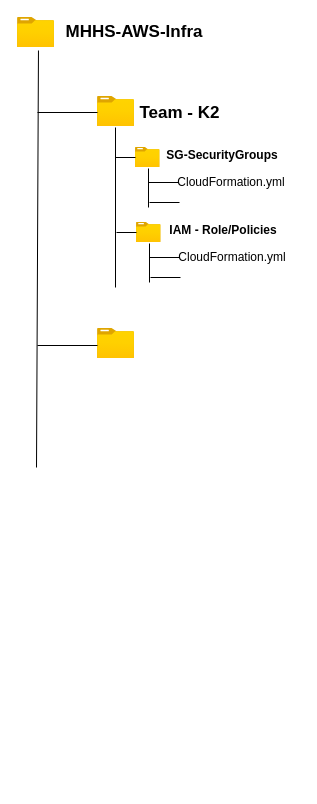
The draw.io diagram Untitled Diagram.drawio in DIGI-MARVEL-LTD/digimarvel, before the edit. Source tidied: cells renumbered, new cells numbered last; positions are measured from the earlier drawing's top-left corner, leaving out a move shared by most shapes. Both pictures are drawn from the tidied source at 100%, with x=0, y=0 at pixel (17, 17).
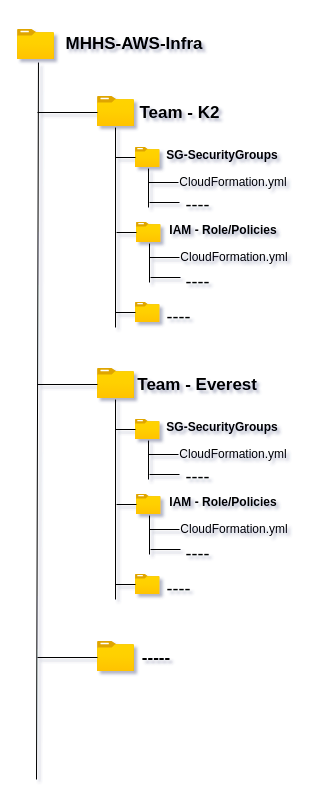
The same diagram, later.

Commit message:
AWS infra repo.drawio

Change to the diagram source:
```diff
@@
-<mxGraphModel>
+<mxGraphModel background="#ffffff" shadow="1">
@@
     <mxCell id="2" style="image;html=1;points=[];align=center;fontSize=12;image=img/lib/azure2/general/Folder_Blank.svg;" parent="1" vertex="1">
-      <mxGeometry width="37" height="30" as="geometry" />
+      <mxGeometry y="12" width="37" height="30" as="geometry" />
     </mxCell>
@@
-    <mxCell id="4" style="image;html=1;align=center;fontSize=12;image=img/lib/azure2/general/Folder_Blank.svg;" parent="1" vertex="1">
-      <mxGeometry x="80" y="311" width="37" height="30" as="geometry" />
-    </mxCell>
     <mxCell id="5" value="&lt;font style=&quot;font-size: 17px;&quot;&gt;MHHS-AWS-Infra&lt;/font&gt;" style="text;html=1;strokeColor=none;fillColor=none;align=center;verticalAlign=middle;whiteSpace=wrap;rounded=0;fontStyle=1;" parent="1" vertex="1">
-      <mxGeometry x="37" width="160" height="30" as="geometry" />
+      <mxGeometry x="37" y="12" width="160" height="30" as="geometry" />
     </mxCell>
@@
     <mxCell id="9" value="CloudFormation.yml" style="text;html=1;strokeColor=none;fillColor=none;align=center;verticalAlign=middle;whiteSpace=wrap;rounded=0;" parent="1" vertex="1">
-      <mxGeometry x="154" y="150" width="120" height="30" as="geometry" />
+      <mxGeometry x="156" y="150" width="120" height="30" as="geometry" />
     </mxCell>
     <mxCell id="10" style="endArrow=none;html=1;rounded=0;exitX=0.567;exitY=1.1;exitDx=0;exitDy=0;exitPerimeter=0;" parent="1" edge="1" source="2">
       <mxGeometry relative="1" as="geometry">
-        <mxPoint x="19" y="450" as="targetPoint" />
+        <mxPoint x="19" y="762" as="targetPoint" />
       </mxGeometry>
     </mxCell>
@@
-    <mxCell id="12" style="endArrow=none;html=1;rounded=0;" parent="1" edge="1">
-      <mxGeometry relative="1" as="geometry">
-        <mxPoint x="20" y="328" as="sourcePoint" />
-        <mxPoint x="80" y="328" as="targetPoint" />
-      </mxGeometry>
-    </mxCell>
     <mxCell id="13" style="endArrow=none;html=1;rounded=0;" parent="1" edge="1">
       <mxGeometry relative="1" as="geometry">
         <mxPoint x="98" y="110" as="sourcePoint" />
-        <mxPoint x="98" y="270" as="targetPoint" />
+        <mxPoint x="98" y="310" as="targetPoint" />
       </mxGeometry>
     </mxCell>
@@
     <mxCell id="20" value="CloudFormation.yml" style="text;html=1;strokeColor=none;fillColor=none;align=center;verticalAlign=middle;whiteSpace=wrap;rounded=0;" parent="1" vertex="1">
-      <mxGeometry x="155" y="225" width="120" height="30" as="geometry" />
+      <mxGeometry x="157" y="225" width="120" height="30" as="geometry" />
     </mxCell>
@@
+    <mxCell id="25" style="image;html=1;align=center;fontSize=12;image=img/lib/azure2/general/Folder_Blank.svg;" parent="1" vertex="1">
+      <mxGeometry x="118" y="285" width="24.6" height="20" as="geometry" />
+    </mxCell>
+    <mxCell id="26" style="endArrow=none;html=1;rounded=0;" parent="1" edge="1">
+      <mxGeometry relative="1" as="geometry">
+        <mxPoint x="98" y="295" as="sourcePoint" />
+        <mxPoint x="118" y="295" as="targetPoint" />
+      </mxGeometry>
+    </mxCell>
+    <mxCell id="27" value="&lt;span style=&quot;font-size: 18px;&quot;&gt;----&lt;/span&gt;" style="text;html=1;strokeColor=none;fillColor=none;align=center;verticalAlign=middle;whiteSpace=wrap;rounded=0;" parent="1" vertex="1">
+      <mxGeometry x="144.8" y="285" width="33.2" height="30" as="geometry" />
+    </mxCell>
+    <mxCell id="28" value="&lt;span style=&quot;font-size: 18px;&quot;&gt;----&lt;/span&gt;" style="text;html=1;strokeColor=none;fillColor=none;align=center;verticalAlign=middle;whiteSpace=wrap;rounded=0;" parent="1" vertex="1">
+      <mxGeometry x="163.8" y="250" width="33.2" height="30" as="geometry" />
+    </mxCell>
+    <mxCell id="29" value="&lt;span style=&quot;font-size: 18px;&quot;&gt;----&lt;/span&gt;" style="text;html=1;strokeColor=none;fillColor=none;align=center;verticalAlign=middle;whiteSpace=wrap;rounded=0;" parent="1" vertex="1">
+      <mxGeometry x="163.8" y="173" width="33.2" height="30" as="geometry" />
+    </mxCell>
+    <mxCell id="30" style="image;html=1;align=center;fontSize=12;image=img/lib/azure2/general/Folder_Blank.svg;" parent="1" vertex="1">
+      <mxGeometry x="80" y="351" width="37" height="30" as="geometry" />
+    </mxCell>
+    <mxCell id="31" value="&lt;font style=&quot;font-size: 17px;&quot;&gt;Team -&amp;nbsp;Everest&amp;nbsp;&lt;/font&gt;" style="text;html=1;strokeColor=none;fillColor=none;align=center;verticalAlign=middle;whiteSpace=wrap;rounded=0;fontStyle=1;" parent="1" vertex="1">
+      <mxGeometry x="117" y="353" width="131" height="30" as="geometry" />
+    </mxCell>
+    <mxCell id="32" style="image;html=1;points=[];align=center;fontSize=12;image=img/lib/azure2/general/Folder_Blank.svg;" parent="1" vertex="1">
+      <mxGeometry x="118" y="402" width="24.6" height="20" as="geometry" />
+    </mxCell>
+    <mxCell id="33" value="&lt;font style=&quot;font-size: 12px;&quot;&gt;SG-SecurityGroups&lt;/font&gt;" style="text;html=1;strokeColor=none;fillColor=none;align=center;verticalAlign=middle;whiteSpace=wrap;rounded=0;fontStyle=1;" parent="1" vertex="1">
+      <mxGeometry x="141.6" y="397" width="126.4" height="25" as="geometry" />
+    </mxCell>
+    <mxCell id="34" value="CloudFormation.yml" style="text;html=1;strokeColor=none;fillColor=none;align=center;verticalAlign=middle;whiteSpace=wrap;rounded=0;" parent="1" vertex="1">
+      <mxGeometry x="156" y="422" width="120" height="30" as="geometry" />
+    </mxCell>
+    <mxCell id="35" style="endArrow=none;html=1;rounded=0;" parent="1" edge="1">
+      <mxGeometry relative="1" as="geometry">
+        <mxPoint x="20" y="367" as="sourcePoint" />
+        <mxPoint x="80" y="367" as="targetPoint" />
+      </mxGeometry>
+    </mxCell>
+    <mxCell id="36" style="endArrow=none;html=1;rounded=0;" parent="1" edge="1">
+      <mxGeometry relative="1" as="geometry">
+        <mxPoint x="98" y="382" as="sourcePoint" />
+        <mxPoint x="98" y="582" as="targetPoint" />
+      </mxGeometry>
+    </mxCell>
+    <mxCell id="37" style="endArrow=none;html=1;rounded=0;" parent="1" edge="1">
+      <mxGeometry relative="1" as="geometry">
+        <mxPoint x="98" y="412" as="sourcePoint" />
+        <mxPoint x="118" y="412" as="targetPoint" />
+      </mxGeometry>
+    </mxCell>
+    <mxCell id="38" style="endArrow=none;html=1;rounded=0;entryX=0.529;entryY=1.05;entryDx=0;entryDy=0;entryPerimeter=0;" parent="1" edge="1" target="32">
+      <mxGeometry relative="1" as="geometry">
+        <mxPoint x="131" y="462" as="sourcePoint" />
+      </mxGeometry>
+    </mxCell>
+    <mxCell id="39" style="endArrow=none;html=1;rounded=0;" parent="1" edge="1">
+      <mxGeometry relative="1" as="geometry">
+        <mxPoint x="131" y="437" as="sourcePoint" />
+        <mxPoint x="161" y="437" as="targetPoint" />
+      </mxGeometry>
+    </mxCell>
+    <mxCell id="40" style="endArrow=none;html=1;rounded=0;" parent="1" edge="1">
+      <mxGeometry relative="1" as="geometry">
+        <mxPoint x="132" y="457" as="sourcePoint" />
+        <mxPoint x="162" y="457" as="targetPoint" />
+      </mxGeometry>
+    </mxCell>
+    <mxCell id="41" style="image;html=1;points=[];align=center;fontSize=12;image=img/lib/azure2/general/Folder_Blank.svg;" parent="1" vertex="1">
+      <mxGeometry x="119" y="477" width="24.6" height="20" as="geometry" />
+    </mxCell>
+    <mxCell id="42" value="&lt;font style=&quot;font-size: 12px;&quot;&gt;IAM - Role/Policies&lt;/font&gt;" style="text;html=1;strokeColor=none;fillColor=none;align=center;verticalAlign=middle;whiteSpace=wrap;rounded=0;fontStyle=1;" parent="1" vertex="1">
+      <mxGeometry x="142.6" y="472" width="126.4" height="25" as="geometry" />
+    </mxCell>
+    <mxCell id="43" value="CloudFormation.yml" style="text;html=1;strokeColor=none;fillColor=none;align=center;verticalAlign=middle;whiteSpace=wrap;rounded=0;" parent="1" vertex="1">
+      <mxGeometry x="157" y="497" width="120" height="30" as="geometry" />
+    </mxCell>
+    <mxCell id="44" style="endArrow=none;html=1;rounded=0;" parent="1" edge="1">
+      <mxGeometry relative="1" as="geometry">
+        <mxPoint x="99" y="487" as="sourcePoint" />
+        <mxPoint x="119" y="487" as="targetPoint" />
+      </mxGeometry>
+    </mxCell>
+    <mxCell id="45" style="endArrow=none;html=1;rounded=0;entryX=0.529;entryY=1.05;entryDx=0;entryDy=0;entryPerimeter=0;" parent="1" edge="1" target="41">
+      <mxGeometry relative="1" as="geometry">
+        <mxPoint x="132" y="537" as="sourcePoint" />
+      </mxGeometry>
+    </mxCell>
+    <mxCell id="46" style="endArrow=none;html=1;rounded=0;" parent="1" edge="1">
+      <mxGeometry relative="1" as="geometry">
+        <mxPoint x="132" y="512" as="sourcePoint" />
+        <mxPoint x="162" y="512" as="targetPoint" />
+      </mxGeometry>
+    </mxCell>
+    <mxCell id="47" style="endArrow=none;html=1;rounded=0;" parent="1" edge="1">
+      <mxGeometry relative="1" as="geometry">
+        <mxPoint x="133" y="532" as="sourcePoint" />
+        <mxPoint x="163" y="532" as="targetPoint" />
+      </mxGeometry>
+    </mxCell>
+    <mxCell id="48" style="image;html=1;align=center;fontSize=12;image=img/lib/azure2/general/Folder_Blank.svg;" parent="1" vertex="1">
+      <mxGeometry x="118" y="557" width="24.6" height="20" as="geometry" />
+    </mxCell>
+    <mxCell id="49" style="endArrow=none;html=1;rounded=0;" parent="1" edge="1">
+      <mxGeometry relative="1" as="geometry">
+        <mxPoint x="98" y="567" as="sourcePoint" />
+        <mxPoint x="118" y="567" as="targetPoint" />
+      </mxGeometry>
+    </mxCell>
+    <mxCell id="50" value="&lt;span style=&quot;font-size: 18px;&quot;&gt;----&lt;/span&gt;" style="text;html=1;strokeColor=none;fillColor=none;align=center;verticalAlign=middle;whiteSpace=wrap;rounded=0;" parent="1" vertex="1">
+      <mxGeometry x="144.8" y="557" width="33.2" height="30" as="geometry" />
+    </mxCell>
+    <mxCell id="51" value="&lt;span style=&quot;font-size: 18px;&quot;&gt;----&lt;/span&gt;" style="text;html=1;strokeColor=none;fillColor=none;align=center;verticalAlign=middle;whiteSpace=wrap;rounded=0;" parent="1" vertex="1">
+      <mxGeometry x="163.8" y="522" width="33.2" height="30" as="geometry" />
+    </mxCell>
+    <mxCell id="52" value="&lt;span style=&quot;font-size: 18px;&quot;&gt;----&lt;/span&gt;" style="text;html=1;strokeColor=none;fillColor=none;align=center;verticalAlign=middle;whiteSpace=wrap;rounded=0;" parent="1" vertex="1">
+      <mxGeometry x="163.8" y="445" width="33.2" height="30" as="geometry" />
+    </mxCell>
+    <mxCell id="53" style="image;html=1;align=center;fontSize=12;image=img/lib/azure2/general/Folder_Blank.svg;" parent="1" vertex="1">
+      <mxGeometry x="80" y="624" width="37" height="30" as="geometry" />
+    </mxCell>
+    <mxCell id="54" value="&lt;font style=&quot;font-size: 17px;&quot;&gt;-----&lt;/font&gt;" style="text;html=1;strokeColor=none;fillColor=none;align=center;verticalAlign=middle;whiteSpace=wrap;rounded=0;fontStyle=1;" parent="1" vertex="1">
+      <mxGeometry x="109" y="626" width="60" height="30" as="geometry" />
+    </mxCell>
+    <mxCell id="55" style="endArrow=none;html=1;rounded=0;" parent="1" edge="1">
+      <mxGeometry relative="1" as="geometry">
+        <mxPoint x="20" y="640" as="sourcePoint" />
+        <mxPoint x="80" y="640" as="targetPoint" />
+      </mxGeometry>
+    </mxCell>
```
